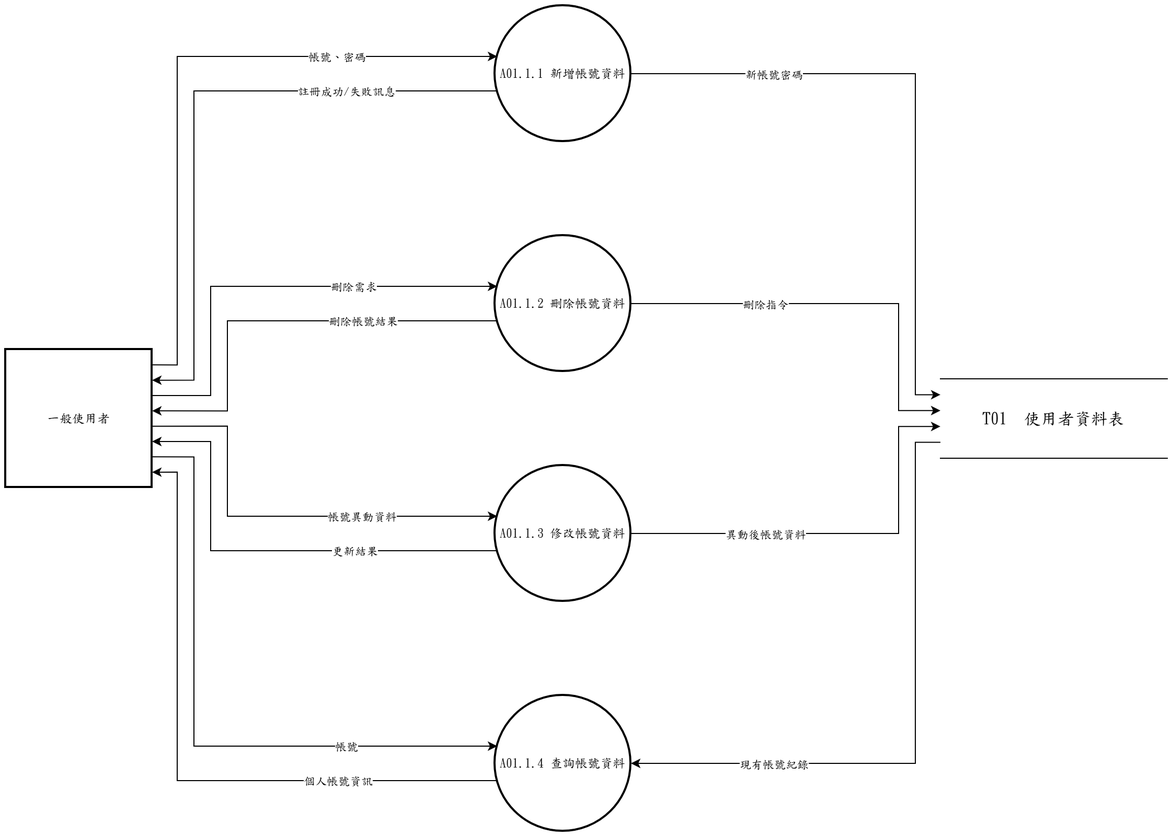
Earlier version of the draw.io export 系統文件/第6章/DFD圖/圖1/新/圖1-1.drawio.png (s22452007/115502). Source tidied: cells renumbered, new cells last; positions are measured from the earlier drawing's top-left corner, leaving out a move shared by most shapes.
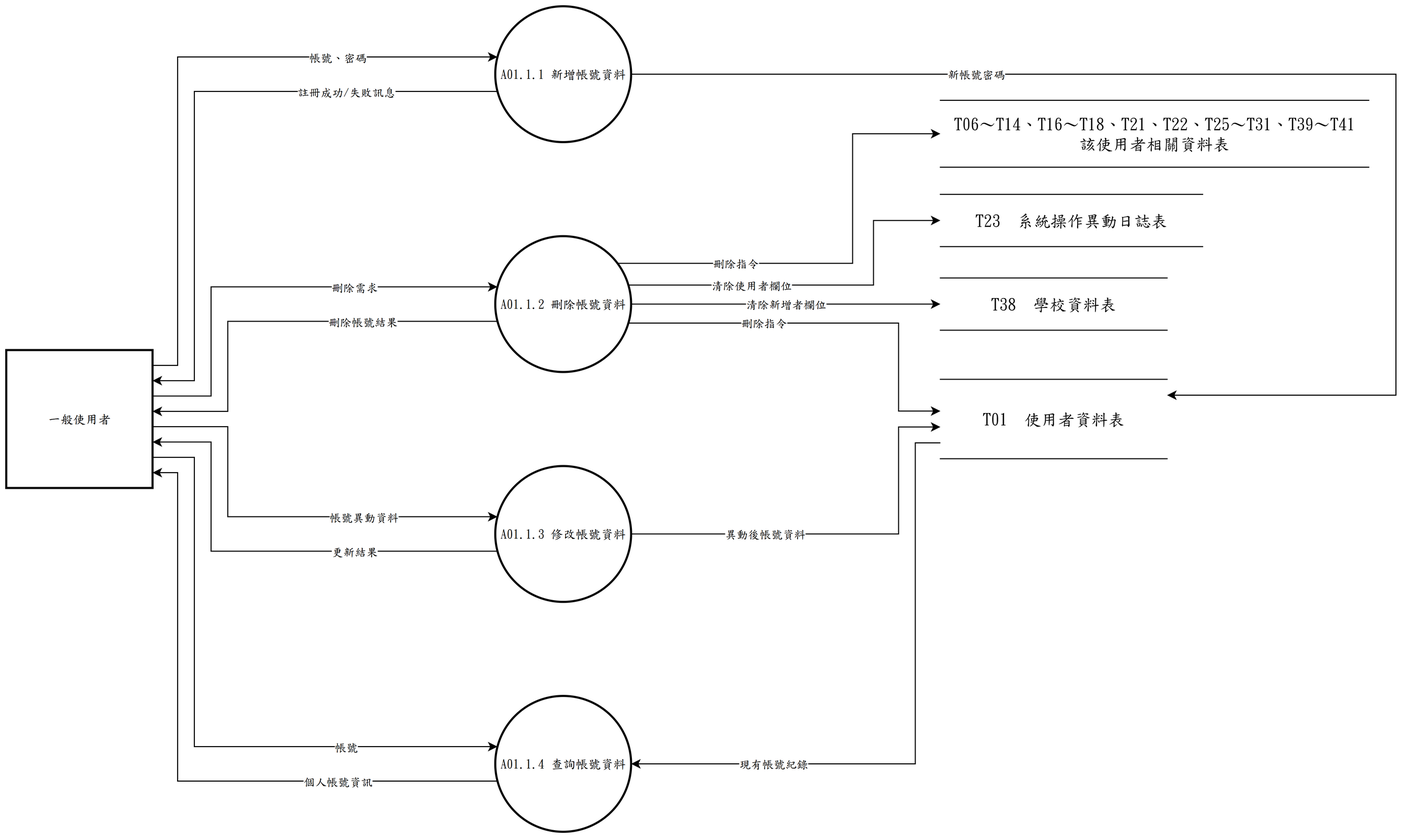
The same file after the commit.

What changed in the source:
```diff
@@ -42,16 +42,16 @@
     <mxCell id="11" value="註冊成功/失敗訊息" style="edgeLabel;html=1;align=center;verticalAlign=middle;fontFamily=標楷體;" parent="10" vertex="1">
       <mxGeometry x="-0.52" relative="1" as="geometry" />
     </mxCell>
-    <mxCell id="12" style="edgeStyle=none;rounded=0;html=1;fontFamily=標楷體;endArrow=classic;exitX=1.0000;exitY=0.5000;exitDx=0;exitDy=0;exitPerimeter=0;entryX=0.0000;entryY=0.2000;entryDx=0;entryDy=0;entryPerimeter=0;" parent="1" edge="1" source="2" target="7">
+    <mxCell id="12" style="edgeStyle=none;rounded=0;html=1;fontFamily=標楷體;endArrow=classic;exitX=1.0000;exitY=0.5000;exitDx=0;exitDy=0;exitPerimeter=0;entryX=1.0000;entryY=0.2000;entryDx=0;entryDy=0;entryPerimeter=0;" parent="1" edge="1" source="2" target="7">
       <mxGeometry relative="1" as="geometry">
         <Array as="points">
-          <mxPoint x="870" y="65" />
-          <mxPoint x="870" y="372.2" />
+          <mxPoint x="1330" y="65" />
+          <mxPoint x="1330" y="372.2" />
         </Array>
       </mxGeometry>
     </mxCell>
     <mxCell id="13" value="新帳號密碼" style="edgeLabel;html=1;align=center;verticalAlign=middle;fontFamily=標楷體;" parent="12" vertex="1">
-      <mxGeometry x="-0.55" relative="1" as="geometry" />
+      <mxGeometry x="-0.48" relative="1" as="geometry" />
     </mxCell>
     <mxCell id="14" style="edgeStyle=none;rounded=0;html=1;fontFamily=標楷體;endArrow=classic;exitX=1.0000;exitY=0.3333;exitDx=0;exitDy=0;exitPerimeter=0;entryX=0.0163;entryY=0.3733;entryDx=0;entryDy=0;entryPerimeter=0;" parent="1" edge="1" source="6" target="3">
       <mxGeometry relative="1" as="geometry">
@@ -75,16 +75,16 @@
     <mxCell id="17" value="刪除帳號結果" style="edgeLabel;html=1;align=center;verticalAlign=middle;fontFamily=標楷體;" parent="16" vertex="1">
       <mxGeometry x="-0.38" relative="1" as="geometry" />
     </mxCell>
-    <mxCell id="18" style="edgeStyle=none;rounded=0;html=1;fontFamily=標楷體;endArrow=classic;exitX=1.0000;exitY=0.5000;exitDx=0;exitDy=0;exitPerimeter=0;entryX=0.0000;entryY=0.4000;entryDx=0;entryDy=0;entryPerimeter=0;" parent="1" edge="1" source="3" target="7">
+    <mxCell id="18" style="edgeStyle=none;rounded=0;html=1;fontFamily=標楷體;endArrow=classic;exitX=0.9800;exitY=0.6400;exitDx=0;exitDy=0;exitPerimeter=0;entryX=0.0000;entryY=0.4000;entryDx=0;entryDy=0;entryPerimeter=0;" parent="1" edge="1" source="3" target="7">
       <mxGeometry relative="1" as="geometry">
         <Array as="points">
-          <mxPoint x="854" y="285" />
+          <mxPoint x="854" y="303.2" />
           <mxPoint x="854" y="387.4" />
         </Array>
       </mxGeometry>
     </mxCell>
     <mxCell id="19" value="刪除指令" style="edgeLabel;html=1;align=center;verticalAlign=middle;fontFamily=標楷體;" parent="18" vertex="1">
-      <mxGeometry x="-0.36" relative="1" as="geometry" />
+      <mxGeometry x="-0.32" relative="1" as="geometry" />
     </mxCell>
     <mxCell id="20" style="edgeStyle=none;rounded=0;html=1;fontFamily=標楷體;endArrow=classic;exitX=1.0000;exitY=0.5556;exitDx=0;exitDy=0;exitPerimeter=0;entryX=0.0163;entryY=0.3733;entryDx=0;entryDy=0;entryPerimeter=0;" parent="1" edge="1" source="6" target="4">
       <mxGeometry relative="1" as="geometry">
@@ -152,5 +152,42 @@
     <mxCell id="31" value="個人帳號資訊" style="edgeLabel;html=1;align=center;verticalAlign=middle;fontFamily=標楷體;" parent="30" vertex="1">
       <mxGeometry x="-0.51" relative="1" as="geometry" />
     </mxCell>
+    <mxCell id="32" value="T06～T14、T16～T18、T21、T22、T25～T31、T39～T41&lt;br&gt;該使用者相關資料表" style="shape=partialRectangle;whiteSpace=wrap;html=1;left=0;right=0;fontFamily=標楷體;fontSize=16;" parent="1" vertex="1">
+      <mxGeometry x="894" y="90" width="410" height="64" as="geometry" />
+    </mxCell>
+    <mxCell id="33" value="T23  系統操作異動日誌表" style="shape=partialRectangle;whiteSpace=wrap;html=1;left=0;right=0;fontFamily=標楷體;fontSize=16;" parent="1" vertex="1">
+      <mxGeometry x="894" y="180" width="251" height="50" as="geometry" />
+    </mxCell>
+    <mxCell id="34" value="T38  學校資料表" style="shape=partialRectangle;whiteSpace=wrap;html=1;left=0;right=0;fontFamily=標楷體;fontSize=16;" parent="1" vertex="1">
+      <mxGeometry x="894" y="260" width="217" height="50" as="geometry" />
+    </mxCell>
+    <mxCell id="35" style="edgeStyle=none;rounded=0;html=1;fontFamily=標楷體;endArrow=classic;exitX=0.9000;exitY=0.2000;exitDx=0;exitDy=0;exitPerimeter=0;entryX=0.0000;entryY=0.5000;entryDx=0;entryDy=0;entryPerimeter=0;" parent="1" edge="1" source="3" target="32">
+      <mxGeometry relative="1" as="geometry">
+        <Array as="points">
+          <mxPoint x="810" y="246" />
+          <mxPoint x="810" y="122" />
+        </Array>
+      </mxGeometry>
+    </mxCell>
+    <mxCell id="36" value="刪除指令" style="edgeLabel;html=1;align=center;verticalAlign=middle;fontFamily=標楷體;" parent="35" vertex="1">
+      <mxGeometry x="-0.48" relative="1" as="geometry" />
+    </mxCell>
+    <mxCell id="37" style="edgeStyle=none;rounded=0;html=1;fontFamily=標楷體;endArrow=classic;exitX=0.9800;exitY=0.3600;exitDx=0;exitDy=0;exitPerimeter=0;entryX=0.0000;entryY=0.5000;entryDx=0;entryDy=0;entryPerimeter=0;" parent="1" edge="1" source="3" target="33">
+      <mxGeometry relative="1" as="geometry">
+        <Array as="points">
+          <mxPoint x="830" y="266.8" />
+          <mxPoint x="830" y="205" />
+        </Array>
+      </mxGeometry>
+    </mxCell>
+    <mxCell id="38" value="清除使用者欄位" style="edgeLabel;html=1;align=center;verticalAlign=middle;fontFamily=標楷體;" parent="37" vertex="1">
+      <mxGeometry x="-0.35" relative="1" as="geometry" />
+    </mxCell>
+    <mxCell id="39" style="edgeStyle=none;rounded=0;html=1;fontFamily=標楷體;endArrow=classic;exitX=1.0000;exitY=0.5000;exitDx=0;exitDy=0;exitPerimeter=0;entryX=0.0000;entryY=0.5000;entryDx=0;entryDy=0;entryPerimeter=0;" parent="1" edge="1" source="3" target="34">
+      <mxGeometry relative="1" as="geometry" />
+    </mxCell>
+    <mxCell id="40" value="清除新增者欄位" style="edgeLabel;html=1;align=center;verticalAlign=middle;fontFamily=標楷體;" parent="39" vertex="1">
+      <mxGeometry relative="1" as="geometry" />
+    </mxCell>
   </root>
 </mxGraphModel>
```
